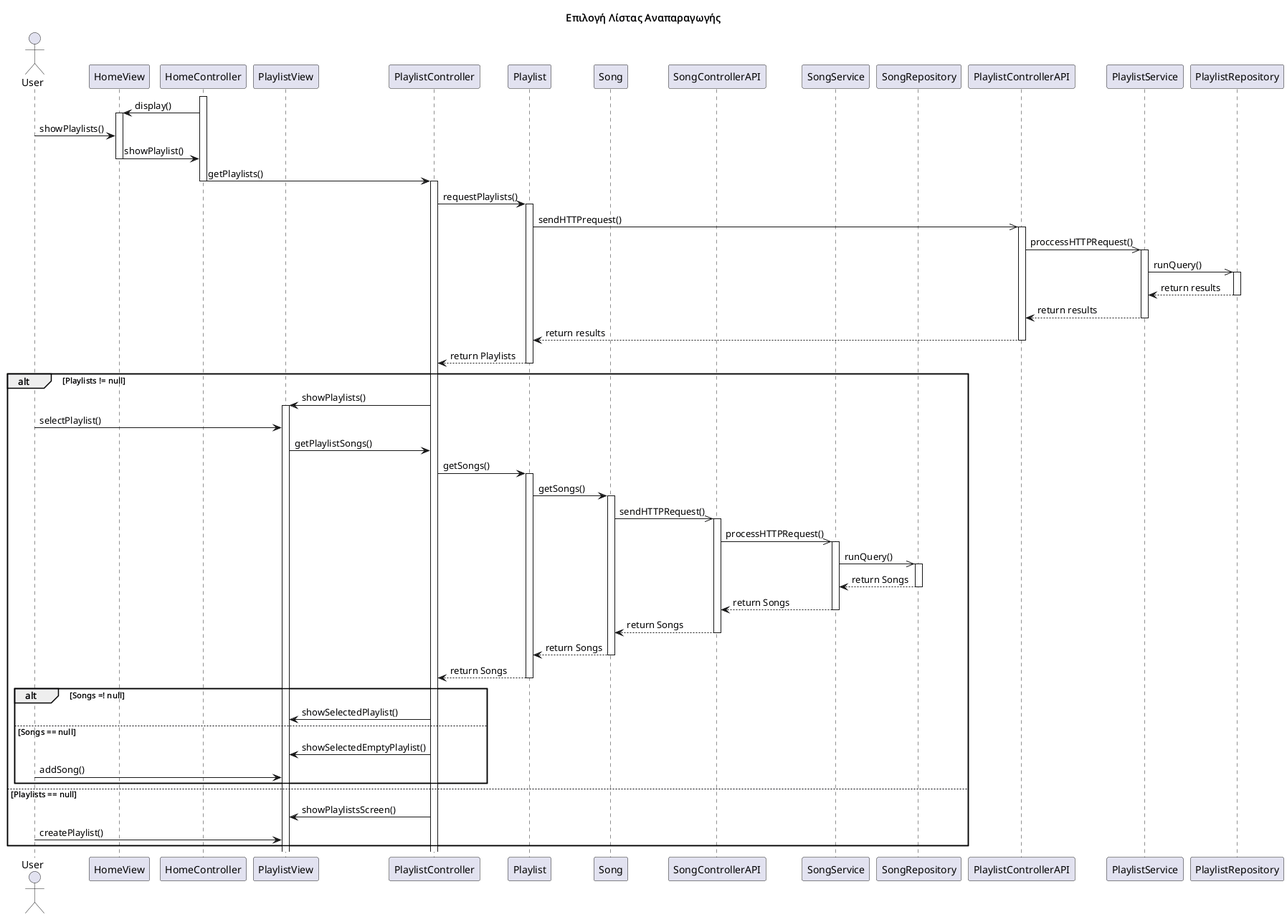
The PlantUML diagram Paradoteo_2/SequenceDiagram1.png in RubenKingCP/Tunix, before a commit. The source it was exported from:
```plantuml
@startuml name

title  Επιλογή Λίστας Αναπαραγωγής

actor User
participant HomeView
participant HomeController
participant PlaylistView
participant PlaylistController
participant Playlist
participant Song
participant SongControllerAPI
participant SongService
participant SongRepository
participant PlaylistControllerAPI
participant PlaylistService
participant PlaylistRepository
activate HomeController
HomeController -> HomeView : display()
activate HomeView
User -> HomeView : showPlaylists()
HomeView -> HomeController : showPlaylist()
deactivate HomeView
HomeController -> PlaylistController : getPlaylists()
deactivate HomeController
activate PlaylistController

PlaylistController -> Playlist : requestPlaylists()
activate Playlist

Playlist ->> PlaylistControllerAPI : sendHTTPrequest()
activate PlaylistControllerAPI
PlaylistControllerAPI ->> PlaylistService : proccessHTTPRequest()
activate PlaylistService
PlaylistService ->> PlaylistRepository : runQuery()
activate PlaylistRepository
PlaylistRepository --> PlaylistService : return results
deactivate PlaylistRepository
PlaylistService --> PlaylistControllerAPI : return results
deactivate PlaylistService
PlaylistControllerAPI --> Playlist : return results
deactivate PlaylistControllerAPI
Playlist --> PlaylistController : return Playlists
deactivate Playlist
alt Playlists != null
    PlaylistController -> PlaylistView : showPlaylists()
    activate PlaylistView
    User -> PlaylistView : selectPlaylist()
    PlaylistView -> PlaylistController : getPlaylistSongs()
    PlaylistController -> Playlist : getSongs()
    activate Playlist
    Playlist -> Song : getSongs()
    activate Song
    Song ->> SongControllerAPI : sendHTTPRequest()
    activate SongControllerAPI
    SongControllerAPI ->> SongService : processHTTPRequest()
    activate SongService
    SongService ->> SongRepository : runQuery()
    activate SongRepository
    SongRepository --> SongService : return Songs
    deactivate SongRepository
    SongService --> SongControllerAPI : return Songs
    deactivate SongService
    SongControllerAPI --> Song : return Songs
    deactivate SongControllerAPI
    Song --> Playlist : return Songs
    deactivate Song
    Playlist --> PlaylistController : return Songs
    deactivate Playlist
    alt Songs =! null
        PlaylistController -> PlaylistView : showSelectedPlaylist()
    else Songs == null
        PlaylistController -> PlaylistView : showSelectedEmptyPlaylist()
        User -> PlaylistView : addSong()
    end
else Playlists == null
    PlaylistController -> PlaylistView : showPlaylistsScreen()
    User -> PlaylistView : createPlaylist()
end
@enduml
```
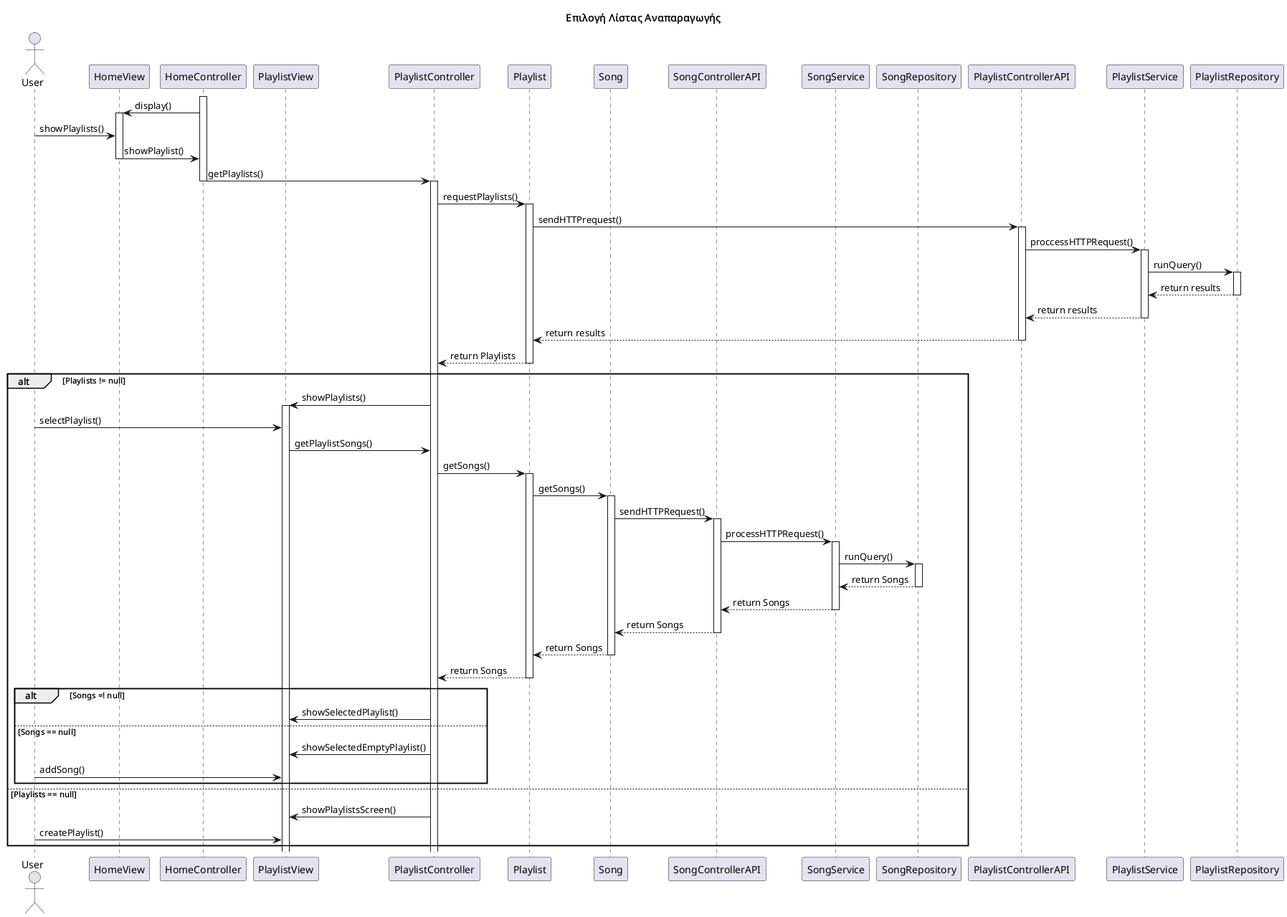
Later version of the same file.

Commit message:
Further updates to domain model and previous sequence diagram

Diff of the diagram source:
```diff
@@ -27,12 +27,11 @@
 
 PlaylistController -> Playlist : requestPlaylists()
 activate Playlist
-
-Playlist ->> PlaylistControllerAPI : sendHTTPrequest()
+Playlist -> PlaylistControllerAPI : sendHTTPrequest()
 activate PlaylistControllerAPI
-PlaylistControllerAPI ->> PlaylistService : proccessHTTPRequest()
+PlaylistControllerAPI -> PlaylistService : proccessHTTPRequest()
 activate PlaylistService
-PlaylistService ->> PlaylistRepository : runQuery()
+PlaylistService -> PlaylistRepository : runQuery()
 activate PlaylistRepository
 PlaylistRepository --> PlaylistService : return results
 deactivate PlaylistRepository
@@ -51,11 +50,11 @@
     activate Playlist
     Playlist -> Song : getSongs()
     activate Song
-    Song ->> SongControllerAPI : sendHTTPRequest()
+    Song -> SongControllerAPI : sendHTTPRequest()
     activate SongControllerAPI
-    SongControllerAPI ->> SongService : processHTTPRequest()
+    SongControllerAPI -> SongService : processHTTPRequest()
     activate SongService
-    SongService ->> SongRepository : runQuery()
+    SongService -> SongRepository : runQuery()
     activate SongRepository
     SongRepository --> SongService : return Songs
     deactivate SongRepository
```
